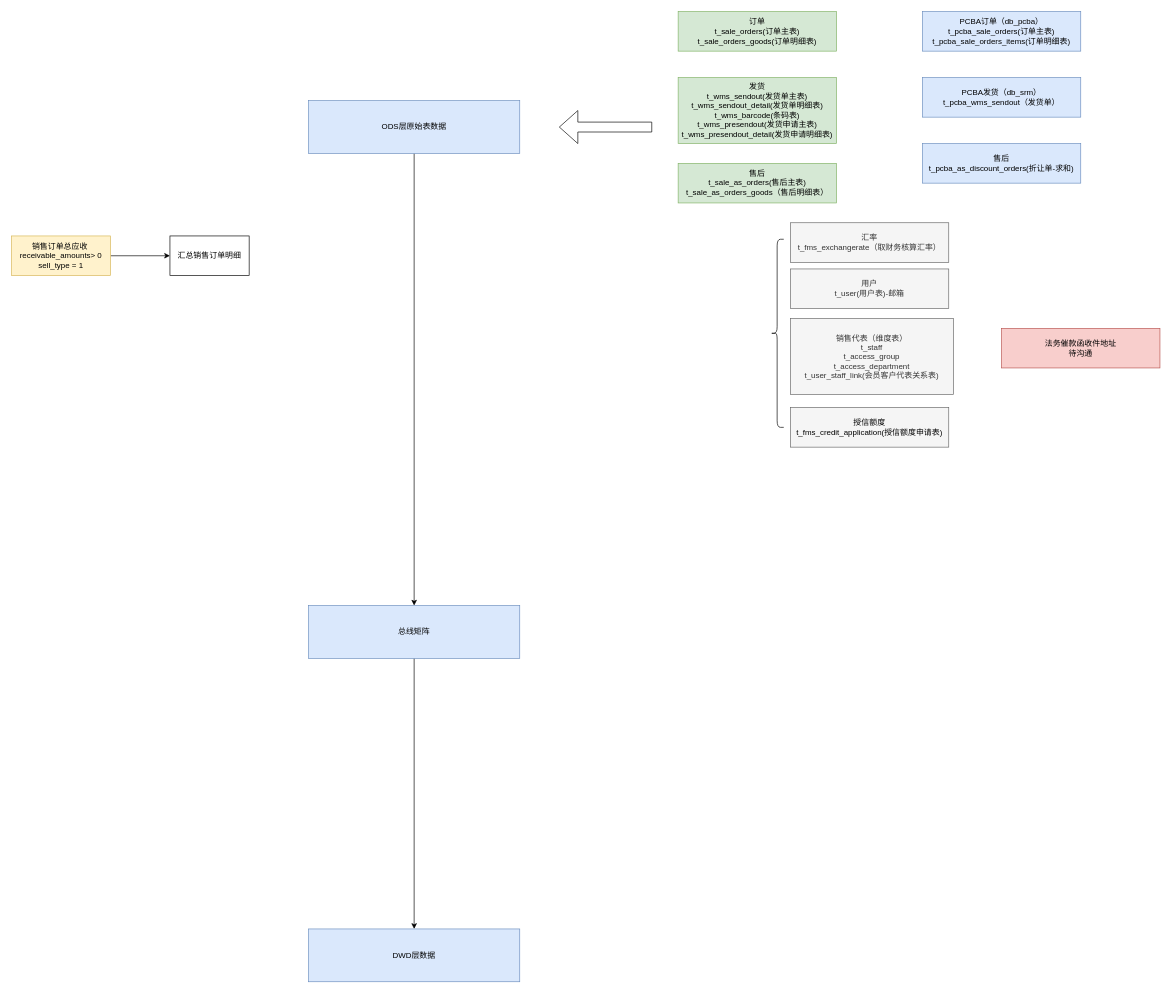
HugBoomsj/draw keeps this draw.io diagram as 7620应收账款报表.drawio. Above is the earlier version. Source tidied: cells renumbered, new cells numbered last; positions are measured from the earlier drawing's top-left corner, leaving out a move shared by most shapes. Both pictures are drawn from the tidied source at 66%, with x=0, y=0 at pixel (11, 11).
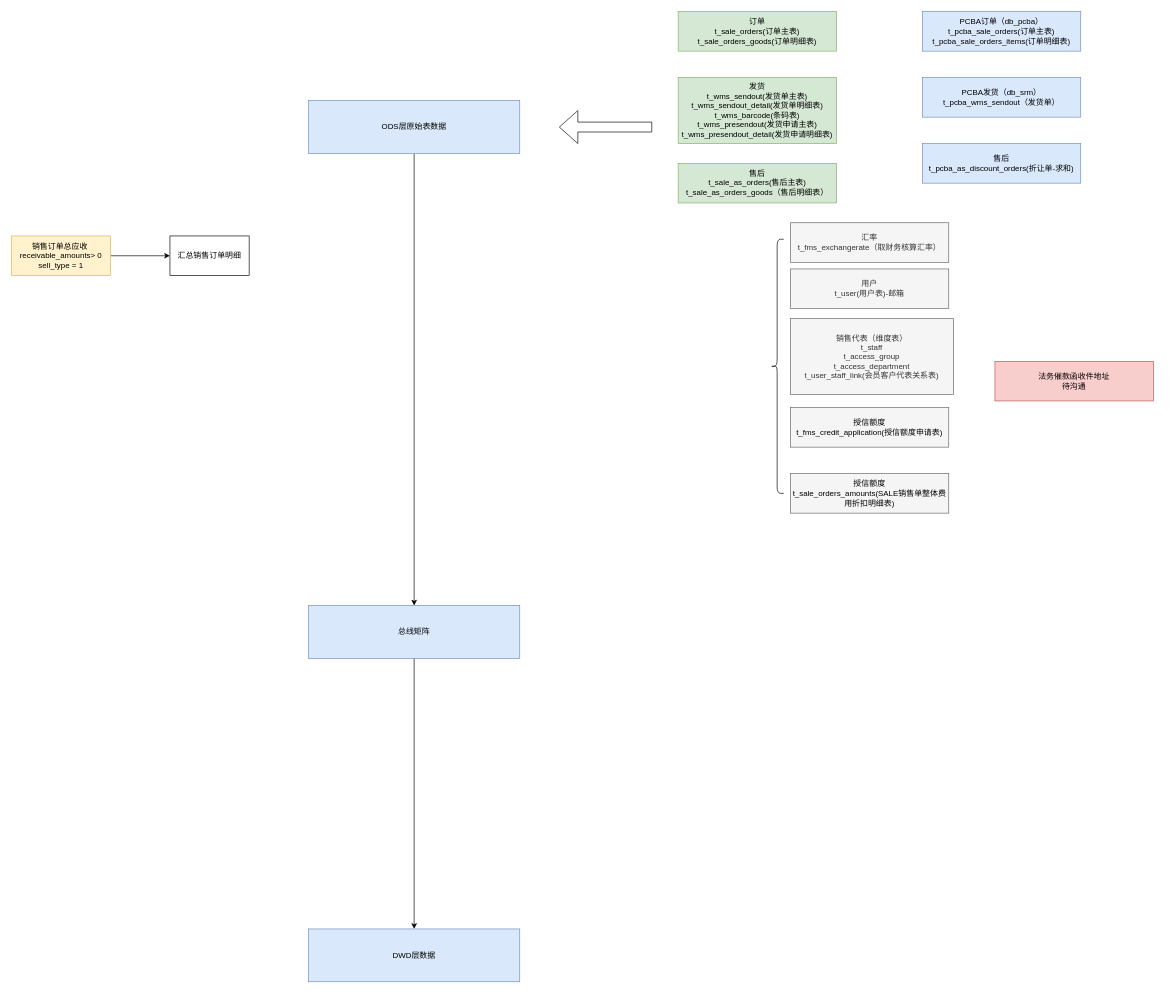
The same diagram, later.

Commit message:
Update 7620应收账款报表.drawio

What changed in the source:
```diff
@@
     <mxCell id="16" value="法务催款函收件地址&lt;br&gt;待沟通" style="whiteSpace=wrap;html=1;rounded=0;fillColor=#f8cecc;strokeColor=#b85450;" parent="1" vertex="1">
-      <mxGeometry x="1500" y="480" width="240" height="60" as="geometry" />
+      <mxGeometry x="1490" y="530" width="240" height="60" as="geometry" />
     </mxCell>
@@
     <mxCell id="20" style="shape=curlyBracket;whiteSpace=wrap;html=1;rounded=1;" parent="1" vertex="1">
-      <mxGeometry x="1150" y="345" width="20" height="285" as="geometry" />
+      <mxGeometry x="1150" y="345" width="20" height="385" as="geometry" />
     </mxCell>
@@
+    <mxCell id="23" value="&lt;span style=&quot;color: rgb(0 , 0 , 0) ; text-align: left&quot;&gt;授信额度&lt;br&gt;&lt;/span&gt;&lt;span style=&quot;text-align: left&quot;&gt;&lt;font color=&quot;#000000&quot;&gt;t_sale_orders_amounts(&lt;/font&gt;&lt;/span&gt;&lt;span style=&quot;color: rgb(0 , 0 , 0) ; text-align: left&quot;&gt;SALE销售单整体费用折扣明细表&lt;/span&gt;&lt;span style=&quot;text-align: left&quot;&gt;&lt;font color=&quot;#000000&quot;&gt;)&lt;/font&gt;&lt;/span&gt;" style="whiteSpace=wrap;html=1;rounded=0;fillColor=#f5f5f5;strokeColor=#666666;fontColor=#333333;" parent="1" vertex="1">
+      <mxGeometry x="1180" y="700" width="240" height="60" as="geometry" />
+    </mxCell>
```
